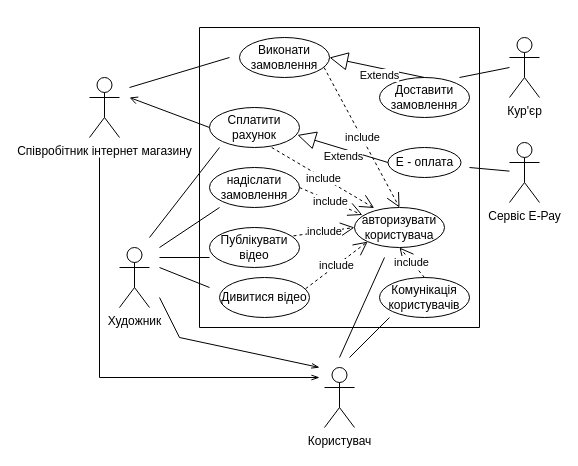
Earlier version of the draw.io diagram 1-SoftwareRequirements/1.3-SoftwareUserRequirements/1.3.3-UseCaseDiagram/userStory.drawio (oleksandrblazhko/ai202-baranyuk). Source tidied: cells renumbered, new cells numbered last; positions are measured from the earlier drawing's top-left corner, leaving out a move shared by most shapes. Both pictures are drawn from the tidied source at 100%, with x=0, y=0 at pixel (89, 17).
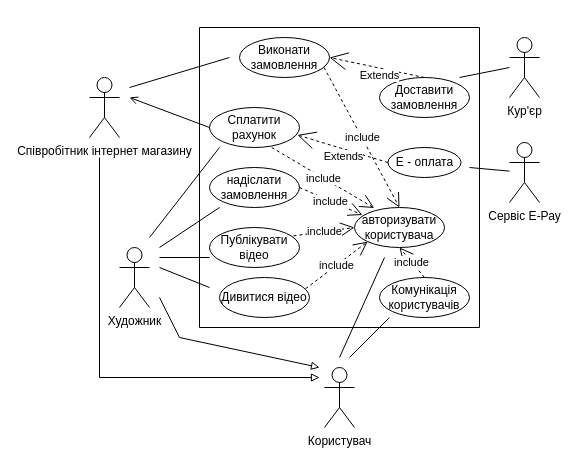
The same page after the edit.

The change refers to these unchanged cells:
```xml
<mxCell id="18" value="Сплатити рахунок" style="ellipse;whiteSpace=wrap;html=1;" parent="1" vertex="1">
  <mxGeometry x="120" y="90" width="90" height="40" as="geometry" />
</mxCell>
<mxCell id="21" value="Е - оплата" style="ellipse;whiteSpace=wrap;html=1;" parent="1" vertex="1">
  <mxGeometry x="298.5" y="130" width="73" height="30" as="geometry" />
</mxCell>
<mxCell id="28" value="Доставити замовлення" style="ellipse;whiteSpace=wrap;html=1;" parent="1" vertex="1">
  <mxGeometry x="290" y="60" width="90" height="40" as="geometry" />
</mxCell>
<mxCell id="35" value="Виконати замовлення" style="ellipse;whiteSpace=wrap;html=1;" parent="1" vertex="1">
  <mxGeometry x="150" y="20" width="90" height="40" as="geometry" />
</mxCell>
```

The edit, as a diff of the source:
```diff
@@
-    <mxCell id="4" style="edgeStyle=none;rounded=0;orthogonalLoop=1;jettySize=auto;html=1;endArrow=openThin;endFill=0;" parent="1" edge="1">
+    <mxCell id="4" style="edgeStyle=none;rounded=0;orthogonalLoop=1;jettySize=auto;html=1;endArrow=block;endFill=0;" parent="1" edge="1">
       <mxGeometry relative="1" as="geometry">
         <mxPoint x="10" y="140" as="sourcePoint" />
         <mxPoint x="230" y="360" as="targetPoint" />
         <Array as="points">
           <mxPoint x="10" y="360" />
         </Array>
       </mxGeometry>
     </mxCell>
@@
-    <mxCell id="6" style="edgeStyle=none;rounded=0;orthogonalLoop=1;jettySize=auto;html=1;endArrow=openThin;endFill=0;" parent="1" edge="1">
+    <mxCell id="6" style="edgeStyle=none;rounded=0;orthogonalLoop=1;jettySize=auto;html=1;endArrow=block;endFill=0;" parent="1" edge="1">
       <mxGeometry relative="1" as="geometry">
         <mxPoint x="70" y="280" as="sourcePoint" />
         <mxPoint x="230" y="350" as="targetPoint" />
         <Array as="points">
           <mxPoint x="90" y="320" />
         </Array>
       </mxGeometry>
     </mxCell>
@@
-    <mxCell id="22" value="Extends" style="endArrow=block;endSize=16;endFill=0;html=1;rounded=0;exitX=0;exitY=0.5;exitDx=0;exitDy=0;entryX=0.977;entryY=0.687;entryDx=0;entryDy=0;entryPerimeter=0;" parent="1" edge="1" source="21" target="18">
+    <mxCell id="22" value="Extends" style="endArrow=open;endSize=16;endFill=0;html=1;rounded=0;exitX=0;exitY=0.5;exitDx=0;exitDy=0;entryX=0.977;entryY=0.687;entryDx=0;entryDy=0;entryPerimeter=0;dashed=1;" parent="1" edge="1" source="21" target="18">
       <mxGeometry x="-0.07" y="7" relative="1" as="geometry" />
     </mxCell>
@@
-    <mxCell id="39" value="Extends" style="endArrow=block;endSize=16;endFill=0;html=1;rounded=0;exitX=0.5;exitY=0;exitDx=0;exitDy=0;entryX=1;entryY=0.5;entryDx=0;entryDy=0;" parent="1" edge="1" source="28" target="35">
+    <mxCell id="39" value="Extends" style="endArrow=open;endSize=16;endFill=0;html=1;rounded=0;exitX=0.5;exitY=0;exitDx=0;exitDy=0;entryX=1;entryY=0.5;entryDx=0;entryDy=0;dashed=1;" parent="1" edge="1" source="28" target="35">
       <mxGeometry x="-0.07" y="7" relative="1" as="geometry" />
     </mxCell>
```
